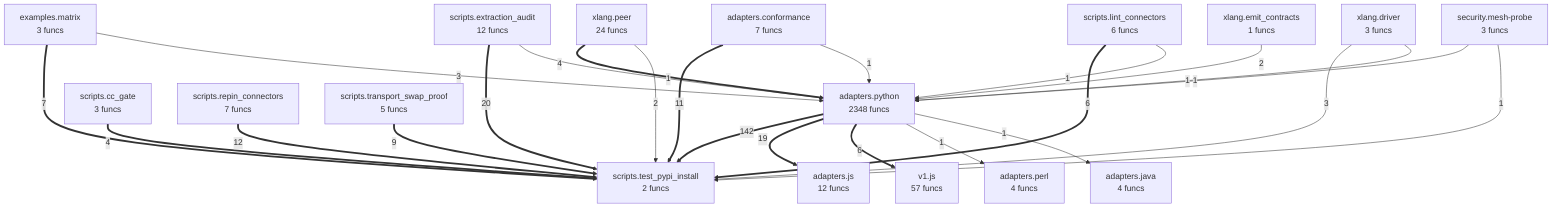
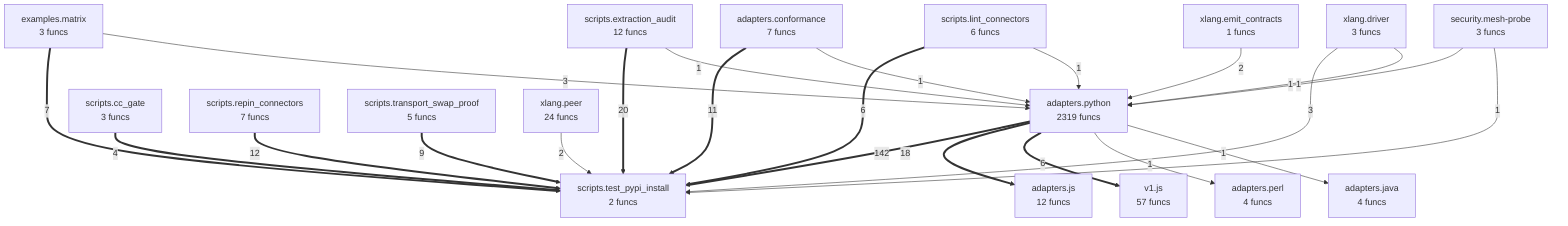
flowchart TD
- %% generated in 0.08s
+ %% generated in 0.07s
    adapters__conformance["adapters.conformance<br/>7 funcs"]
    adapters__java["adapters.java<br/>4 funcs"]
    adapters__js["adapters.js<br/>12 funcs"]
    adapters__perl["adapters.perl<br/>4 funcs"]
-     adapters__python["adapters.python<br/>2348 funcs"]
+     adapters__python["adapters.python<br/>2319 funcs"]
    examples__matrix["examples.matrix<br/>3 funcs"]
    scripts__cc_gate["scripts.cc_gate<br/>3 funcs"]
    scripts__extraction_audit["scripts.extraction_audit<br/>12 funcs"]
    scripts__lint_connectors["scripts.lint_connectors<br/>6 funcs"]
    scripts__repin_connectors["scripts.repin_connectors<br/>7 funcs"]
    scripts__test_pypi_install["scripts.test_pypi_install<br/>2 funcs"]
    scripts__transport_swap_proof["scripts.transport_swap_proof<br/>5 funcs"]
    security__mesh_probe["security.mesh-probe<br/>3 funcs"]
    v1__js["v1.js<br/>57 funcs"]
    xlang__driver["xlang.driver<br/>3 funcs"]
    xlang__emit_contracts["xlang.emit_contracts<br/>1 funcs"]
    xlang__peer["xlang.peer<br/>24 funcs"]
    adapters__python ==>|142| scripts__test_pypi_install
    scripts__extraction_audit ==>|20| scripts__test_pypi_install
-     adapters__python ==>|19| adapters__js
+     adapters__python ==>|18| adapters__js
    scripts__repin_connectors ==>|12| scripts__test_pypi_install
    adapters__conformance ==>|11| scripts__test_pypi_install
    scripts__transport_swap_proof ==>|9| scripts__test_pypi_install
    examples__matrix ==>|7| scripts__test_pypi_install
    scripts__lint_connectors ==>|6| scripts__test_pypi_install
    adapters__python ==>|6| v1__js
    scripts__cc_gate ==>|4| scripts__test_pypi_install
-     xlang__peer ==>|4| adapters__python
    examples__matrix -->|3| adapters__python
    xlang__driver -->|3| scripts__test_pypi_install
    xlang__emit_contracts -->|2| adapters__python
    xlang__peer -->|2| scripts__test_pypi_install
    security__mesh_probe -->|1| adapters__python
    security__mesh_probe -->|1| scripts__test_pypi_install
    scripts__lint_connectors -->|1| adapters__python
    scripts__extraction_audit -->|1| adapters__python
    adapters__conformance -->|1| adapters__python
    adapters__python -->|1| adapters__perl
    adapters__python -->|1| adapters__java
    xlang__driver -->|1| adapters__python
